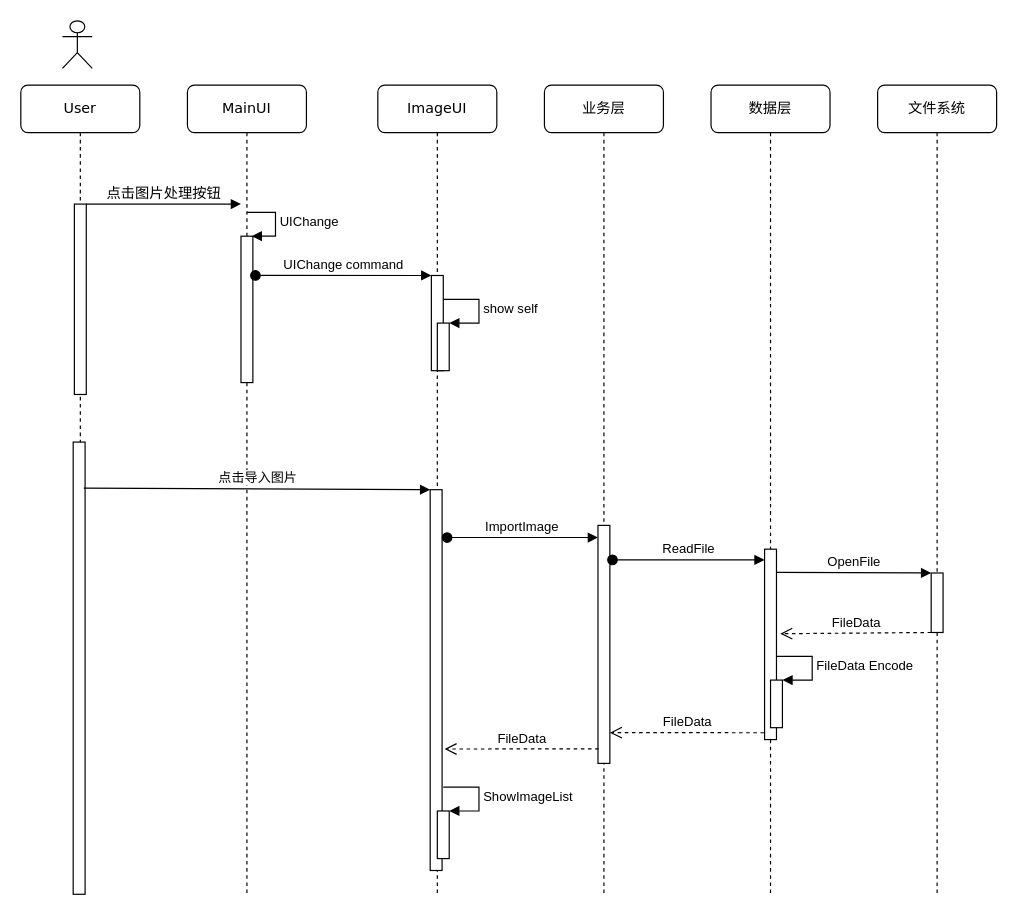
FashionSuperman/file keeps this draw.io diagram as page "文件上传时序" (1 of 3) of Untitled Diagram.drawio. Above is the earlier version. Source tidied: cells renumbered, new cells numbered last; positions are measured from the earlier drawing's top-left corner, leaving out a move shared by most shapes. Both pictures are drawn from the tidied source at 119%, with x=0, y=0 at pixel (20, 20).
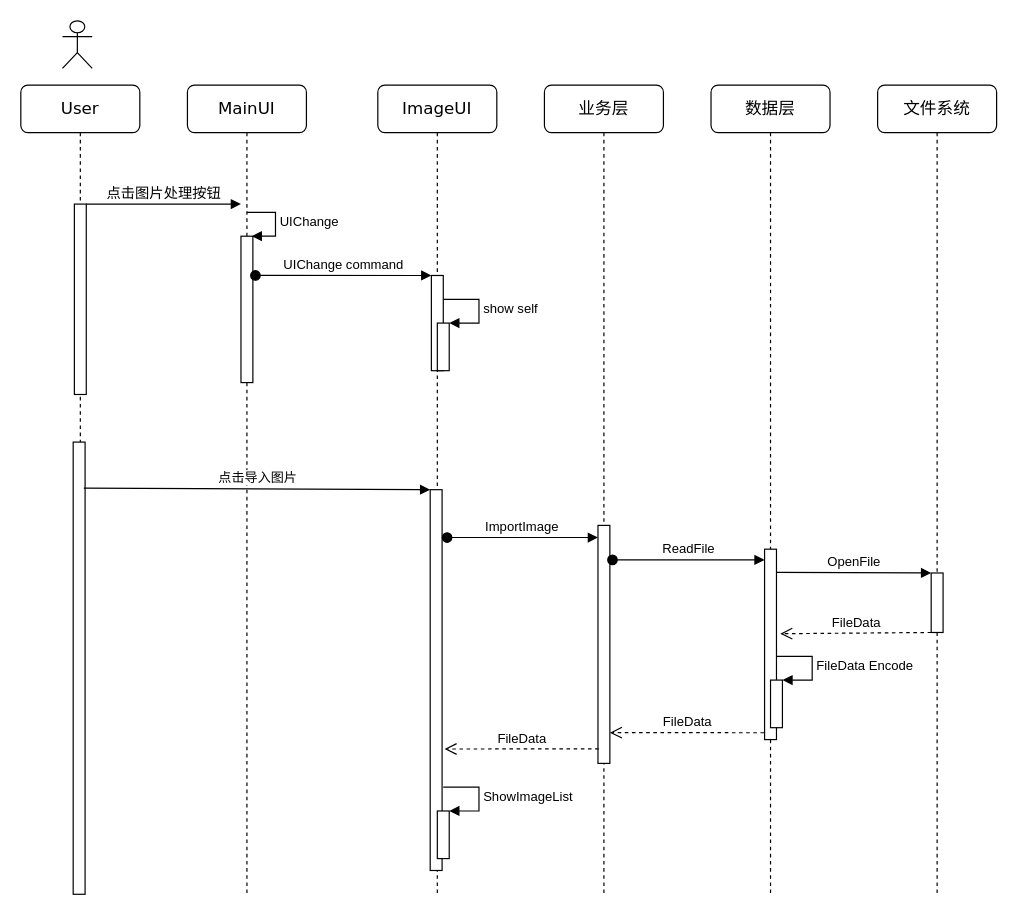
Above is the later version.

What changed in the source:
```diff
@@
-    <mxCell id="2" value="MainUI" style="shape=umlLifeline;perimeter=lifelinePerimeter;whiteSpace=wrap;html=1;rounded=1;shadow=0;comic=0;labelBackgroundColor=none;strokeWidth=1;fontFamily=Verdana;fontSize=12;align=center;" parent="1" vertex="1">
+    <mxCell id="2" value="&lt;font style=&quot;font-size: 14px&quot;&gt;MainUI&lt;/font&gt;" style="shape=umlLifeline;perimeter=lifelinePerimeter;whiteSpace=wrap;html=1;rounded=1;shadow=0;comic=0;labelBackgroundColor=none;strokeWidth=1;fontFamily=Verdana;fontSize=12;align=center;" parent="1" vertex="1">
       <mxGeometry x="140" y="54" width="100" height="680" as="geometry" />
     </mxCell>
@@
-    <mxCell id="5" value="ImageUI" style="shape=umlLifeline;perimeter=lifelinePerimeter;whiteSpace=wrap;html=1;rounded=1;shadow=0;comic=0;labelBackgroundColor=none;strokeWidth=1;fontFamily=Verdana;fontSize=12;align=center;" parent="1" vertex="1">
+    <mxCell id="5" value="&lt;font style=&quot;font-size: 14px&quot;&gt;ImageUI&lt;/font&gt;" style="shape=umlLifeline;perimeter=lifelinePerimeter;whiteSpace=wrap;html=1;rounded=1;shadow=0;comic=0;labelBackgroundColor=none;strokeWidth=1;fontFamily=Verdana;fontSize=12;align=center;" parent="1" vertex="1">
       <mxGeometry x="300" y="54" width="100" height="680" as="geometry" />
     </mxCell>
@@
-    <mxCell id="12" value="业务层" style="shape=umlLifeline;perimeter=lifelinePerimeter;whiteSpace=wrap;html=1;rounded=1;shadow=0;comic=0;labelBackgroundColor=none;strokeWidth=1;fontFamily=Verdana;fontSize=12;align=center;" parent="1" vertex="1">
+    <mxCell id="12" value="&lt;font style=&quot;font-size: 14px&quot;&gt;业务层&lt;/font&gt;" style="shape=umlLifeline;perimeter=lifelinePerimeter;whiteSpace=wrap;html=1;rounded=1;shadow=0;comic=0;labelBackgroundColor=none;strokeWidth=1;fontFamily=Verdana;fontSize=12;align=center;" parent="1" vertex="1">
       <mxGeometry x="440" y="54" width="100" height="680" as="geometry" />
     </mxCell>
@@
-    <mxCell id="14" value="数据层" style="shape=umlLifeline;perimeter=lifelinePerimeter;whiteSpace=wrap;html=1;rounded=1;shadow=0;comic=0;labelBackgroundColor=none;strokeWidth=1;fontFamily=Verdana;fontSize=12;align=center;" parent="1" vertex="1">
+    <mxCell id="14" value="&lt;font style=&quot;font-size: 14px&quot;&gt;数据层&lt;/font&gt;" style="shape=umlLifeline;perimeter=lifelinePerimeter;whiteSpace=wrap;html=1;rounded=1;shadow=0;comic=0;labelBackgroundColor=none;strokeWidth=1;fontFamily=Verdana;fontSize=12;align=center;" parent="1" vertex="1">
       <mxGeometry x="580" y="54" width="100" height="680" as="geometry" />
     </mxCell>
@@
-    <mxCell id="18" value="文件系统" style="shape=umlLifeline;perimeter=lifelinePerimeter;whiteSpace=wrap;html=1;rounded=1;shadow=0;comic=0;labelBackgroundColor=none;strokeWidth=1;fontFamily=Verdana;fontSize=12;align=center;" parent="1" vertex="1">
+    <mxCell id="18" value="&lt;font style=&quot;font-size: 14px&quot;&gt;文件系统&lt;/font&gt;" style="shape=umlLifeline;perimeter=lifelinePerimeter;whiteSpace=wrap;html=1;rounded=1;shadow=0;comic=0;labelBackgroundColor=none;strokeWidth=1;fontFamily=Verdana;fontSize=12;align=center;" parent="1" vertex="1">
       <mxGeometry x="720" y="54" width="100" height="680" as="geometry" />
     </mxCell>
@@
-    <mxCell id="20" value="User" style="shape=umlLifeline;perimeter=lifelinePerimeter;whiteSpace=wrap;html=1;rounded=1;shadow=0;comic=0;labelBackgroundColor=none;strokeWidth=1;fontFamily=Verdana;fontSize=12;align=center;" parent="1" vertex="1">
+    <mxCell id="20" value="&lt;font style=&quot;font-size: 14px&quot;&gt;User&lt;/font&gt;" style="shape=umlLifeline;perimeter=lifelinePerimeter;whiteSpace=wrap;html=1;rounded=1;shadow=0;comic=0;labelBackgroundColor=none;strokeWidth=1;fontFamily=Verdana;fontSize=12;align=center;" parent="1" vertex="1">
       <mxGeometry y="54" width="100" height="680" as="geometry" />
     </mxCell>
```
